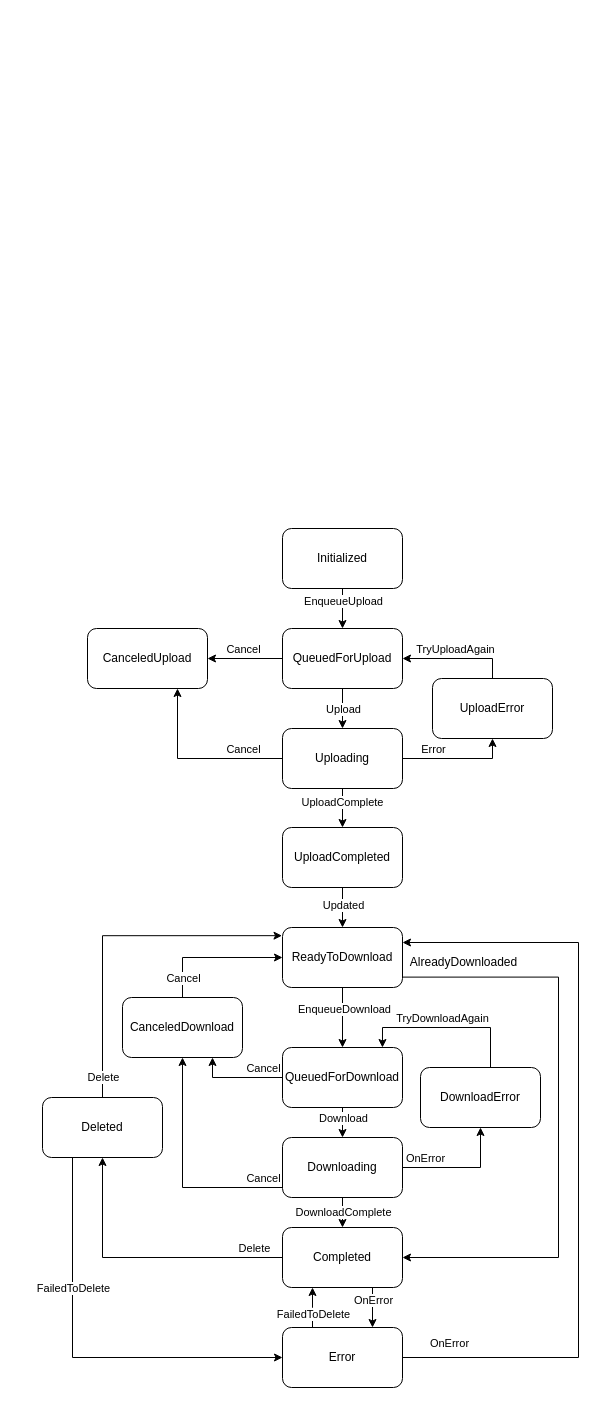
Earlier version of the draw.io diagram FileTransferStates.drawio (loginovao/Diagrams). Source tidied: cells renumbered, new cells numbered last; positions are measured from the earlier drawing's top-left corner, leaving out a move shared by most shapes. Both pictures are drawn from the tidied source at 100%, with x=0, y=0 at pixel (42, 528).
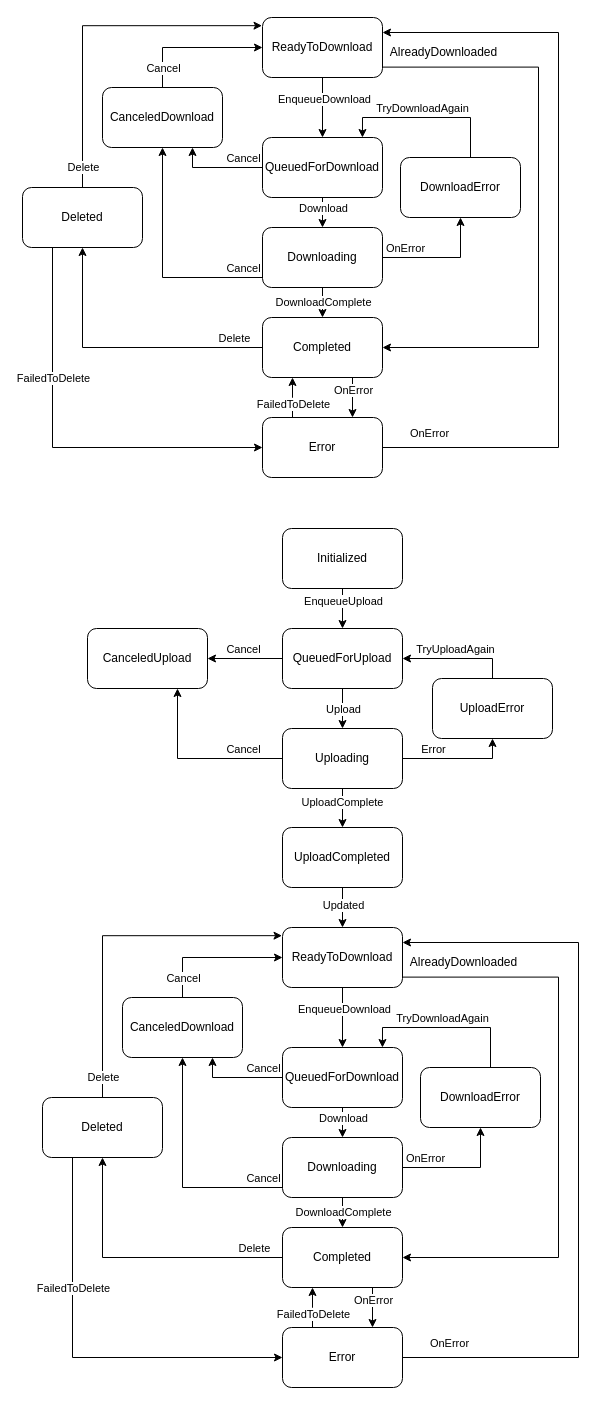
The same diagram, later.

What changed in the source:
```diff
@@
+    <mxCell id="62" parent="0" />
+    <mxCell id="63" style="edgeStyle=orthogonalEdgeStyle;rounded=0;jettySize=auto;html=1;" parent="62" edge="1" source="66" target="71">
+      <mxGeometry relative="1" as="geometry" />
+    </mxCell>
+    <mxCell id="64" value="EnqueueDownload" style="edgeLabel;html=1;align=center;verticalAlign=middle;" parent="63" vertex="1">
+      <mxGeometry x="-0.29" y="1" relative="1" as="geometry" />
+    </mxCell>
+    <mxCell id="65" style="edgeStyle=orthogonalEdgeStyle;rounded=0;jettySize=auto;html=1;exitX=1.001;exitY=0.827;exitDx=0;exitDy=0;entryX=1;entryY=0.5;entryDx=0;entryDy=0;exitPerimeter=0;" parent="62" edge="1" source="66" target="87">
+      <mxGeometry relative="1" as="geometry">
+        <Array as="points">
+          <mxPoint x="496" y="-461" />
+          <mxPoint x="496" y="-181" />
+        </Array>
+      </mxGeometry>
+    </mxCell>
+    <mxCell id="66" value="ReadyToDownload" style="rounded=1;whiteSpace=wrap;html=1;" parent="62" vertex="1">
+      <mxGeometry x="220" y="-511" width="120" height="60" as="geometry" />
+    </mxCell>
+    <mxCell id="67" style="edgeStyle=orthogonalEdgeStyle;rounded=0;jettySize=auto;html=1;" parent="62" edge="1" source="71" target="78">
+      <mxGeometry relative="1" as="geometry" />
+    </mxCell>
+    <mxCell id="68" value="Download" style="edgeLabel;html=1;align=center;verticalAlign=middle;" parent="67" vertex="1">
+      <mxGeometry x="0.27" y="1" relative="1" as="geometry">
+        <mxPoint x="-1" y="-2" as="offset" />
+      </mxGeometry>
+    </mxCell>
+    <mxCell id="69" style="edgeStyle=orthogonalEdgeStyle;rounded=0;jettySize=auto;html=1;exitX=0;exitY=0.5;exitDx=0;exitDy=0;entryX=0.75;entryY=1;entryDx=0;entryDy=0;" parent="62" edge="1" source="71" target="100">
+      <mxGeometry relative="1" as="geometry" />
+    </mxCell>
+    <mxCell id="70" value="Cancel" style="edgeLabel;html=1;align=center;verticalAlign=middle;" parent="69" vertex="1">
+      <mxGeometry x="0.25" y="-1" relative="1" as="geometry">
+        <mxPoint x="36" y="-9" as="offset" />
+      </mxGeometry>
+    </mxCell>
+    <mxCell id="71" value="QueuedForDownload" style="rounded=1;whiteSpace=wrap;html=1;" parent="62" vertex="1">
+      <mxGeometry x="220" y="-391" width="120" height="60" as="geometry" />
+    </mxCell>
+    <mxCell id="72" style="edgeStyle=orthogonalEdgeStyle;rounded=0;jettySize=auto;html=1;" parent="62" edge="1" source="78" target="87">
+      <mxGeometry relative="1" as="geometry" />
+    </mxCell>
+    <mxCell id="73" value="DownloadComplete" style="edgeLabel;html=1;align=center;verticalAlign=middle;" parent="72" vertex="1">
+      <mxGeometry x="0.23" y="1" relative="1" as="geometry">
+        <mxPoint x="-1" y="3" as="offset" />
+      </mxGeometry>
+    </mxCell>
+    <mxCell id="74" style="edgeStyle=orthogonalEdgeStyle;rounded=0;jettySize=auto;html=1;exitX=1;exitY=0.5;exitDx=0;exitDy=0;entryX=0.5;entryY=1;entryDx=0;entryDy=0;" parent="62" edge="1" source="78" target="90">
+      <mxGeometry relative="1" as="geometry" />
+    </mxCell>
+    <mxCell id="75" value="OnError" style="edgeLabel;html=1;align=center;verticalAlign=middle;" parent="74" vertex="1">
+      <mxGeometry x="-0.15" y="1" relative="1" as="geometry">
+        <mxPoint x="-28" y="-9" as="offset" />
+      </mxGeometry>
+    </mxCell>
+    <mxCell id="76" style="edgeStyle=orthogonalEdgeStyle;rounded=0;jettySize=auto;html=1;exitX=0;exitY=0.5;exitDx=0;exitDy=0;entryX=0.5;entryY=1;entryDx=0;entryDy=0;" parent="62" edge="1" source="78" target="100">
+      <mxGeometry relative="1" as="geometry">
+        <Array as="points">
+          <mxPoint x="220" y="-251" />
+          <mxPoint x="120" y="-251" />
+        </Array>
+      </mxGeometry>
+    </mxCell>
+    <mxCell id="77" value="Cancel" style="edgeLabel;html=1;align=center;verticalAlign=middle;" parent="76" vertex="1">
+      <mxGeometry x="-0.31" relative="1" as="geometry">
+        <mxPoint x="46" y="-10" as="offset" />
+      </mxGeometry>
+    </mxCell>
+    <mxCell id="78" value="Downloading" style="rounded=1;whiteSpace=wrap;html=1;" parent="62" vertex="1">
+      <mxGeometry x="220" y="-301" width="120" height="60" as="geometry" />
+    </mxCell>
+    <mxCell id="79" style="edgeStyle=orthogonalEdgeStyle;rounded=0;jettySize=auto;html=1;exitX=0.5;exitY=0;exitDx=0;exitDy=0;entryX=-0.004;entryY=0.136;entryDx=0;entryDy=0;entryPerimeter=0;" parent="62" edge="1" source="97" target="66">
+      <mxGeometry relative="1" as="geometry">
+        <Array as="points">
+          <mxPoint x="40" y="-503" />
+        </Array>
+      </mxGeometry>
+    </mxCell>
+    <mxCell id="80" value="Delete" style="edgeLabel;html=1;align=center;verticalAlign=middle;" parent="79" vertex="1">
+      <mxGeometry x="-0.15" y="2" relative="1" as="geometry">
+        <mxPoint x="2" y="124" as="offset" />
+      </mxGeometry>
+    </mxCell>
+    <mxCell id="81" style="edgeStyle=orthogonalEdgeStyle;rounded=0;jettySize=auto;html=1;exitX=1;exitY=0.5;exitDx=0;exitDy=0;entryX=1;entryY=0.25;entryDx=0;entryDy=0;startArrow=none;startFill=0;endArrow=classic;endFill=1;" parent="62" edge="1" source="94" target="66">
+      <mxGeometry relative="1" as="geometry">
+        <Array as="points">
+          <mxPoint x="516" y="-81" />
+          <mxPoint x="516" y="-496" />
+        </Array>
+      </mxGeometry>
+    </mxCell>
+    <mxCell id="82" value="OnError" style="edgeLabel;html=1;align=center;verticalAlign=middle;" parent="81" vertex="1">
+      <mxGeometry x="-0.9" y="1" relative="1" as="geometry">
+        <mxPoint x="8" y="-14" as="offset" />
+      </mxGeometry>
+    </mxCell>
+    <mxCell id="83" style="edgeStyle=orthogonalEdgeStyle;rounded=0;jettySize=auto;html=1;startArrow=none;startFill=0;endArrow=classic;endFill=1;exitX=0.75;exitY=1;exitDx=0;exitDy=0;entryX=0.75;entryY=0;entryDx=0;entryDy=0;" parent="62" edge="1" source="87" target="94">
+      <mxGeometry relative="1" as="geometry" />
+    </mxCell>
+    <mxCell id="84" value="OnError" style="edgeLabel;html=1;align=center;verticalAlign=middle;" parent="83" vertex="1">
+      <mxGeometry x="-0.42" y="-1" relative="1" as="geometry">
+        <mxPoint x="1" as="offset" />
+      </mxGeometry>
+    </mxCell>
+    <mxCell id="85" style="edgeStyle=orthogonalEdgeStyle;rounded=0;jettySize=auto;html=1;startArrow=none;startFill=0;endArrow=classic;endFill=1;" parent="62" edge="1" source="87" target="97">
+      <mxGeometry relative="1" as="geometry" />
+    </mxCell>
+    <mxCell id="86" value="Delete" style="edgeLabel;html=1;align=center;verticalAlign=middle;" parent="85" vertex="1">
+      <mxGeometry x="-0.28" relative="1" as="geometry">
+        <mxPoint x="72" y="-10" as="offset" />
+      </mxGeometry>
+    </mxCell>
+    <mxCell id="87" value="Completed" style="rounded=1;whiteSpace=wrap;html=1;" parent="62" vertex="1">
+      <mxGeometry x="220" y="-211" width="120" height="60" as="geometry" />
+    </mxCell>
+    <mxCell id="88" style="edgeStyle=orthogonalEdgeStyle;rounded=0;jettySize=auto;html=1;entryX=0.833;entryY=0;entryDx=0;entryDy=0;entryPerimeter=0;exitX=0.5;exitY=0;exitDx=0;exitDy=0;" parent="62" edge="1" source="90" target="71">
+      <mxGeometry relative="1" as="geometry">
+        <Array as="points">
+          <mxPoint x="428" y="-411" />
+          <mxPoint x="320" y="-411" />
+        </Array>
+      </mxGeometry>
+    </mxCell>
+    <mxCell id="89" value="TryDownloadAgain" style="edgeLabel;html=1;align=center;verticalAlign=middle;" parent="88" vertex="1">
+      <mxGeometry x="0.36" y="1" relative="1" as="geometry">
+        <mxPoint x="22" y="-11" as="offset" />
+      </mxGeometry>
+    </mxCell>
+    <mxCell id="90" value="DownloadError" style="rounded=1;whiteSpace=wrap;html=1;" parent="62" vertex="1">
+      <mxGeometry x="358" y="-371" width="120" height="60" as="geometry" />
+    </mxCell>
+    <mxCell id="91" value="AlreadyDownloaded" style="text;html=1;align=center;verticalAlign=middle;strokeColor=none;fillColor=none;" parent="62" vertex="1">
+      <mxGeometry x="336" y="-491" width="130" height="30" as="geometry" />
+    </mxCell>
+    <mxCell id="92" style="edgeStyle=orthogonalEdgeStyle;rounded=0;jettySize=auto;html=1;exitX=0.25;exitY=0;exitDx=0;exitDy=0;entryX=0.25;entryY=1;entryDx=0;entryDy=0;startArrow=none;startFill=0;endArrow=classic;endFill=1;" parent="62" edge="1" source="94" target="87">
+      <mxGeometry relative="1" as="geometry">
+        <Array as="points">
+          <mxPoint x="250" y="-131" />
+          <mxPoint x="250" y="-131" />
+        </Array>
+      </mxGeometry>
+    </mxCell>
+    <mxCell id="93" value="FailedToDelete" style="edgeLabel;html=1;align=center;verticalAlign=middle;" parent="92" vertex="1">
+      <mxGeometry x="-0.31" relative="1" as="geometry" />
+    </mxCell>
+    <mxCell id="94" value="Error" style="rounded=1;whiteSpace=wrap;html=1;" parent="62" vertex="1">
+      <mxGeometry x="220" y="-111" width="120" height="60" as="geometry" />
+    </mxCell>
+    <mxCell id="95" style="edgeStyle=orthogonalEdgeStyle;rounded=0;jettySize=auto;html=1;exitX=0.25;exitY=1;exitDx=0;exitDy=0;entryX=0;entryY=0.5;entryDx=0;entryDy=0;startArrow=none;startFill=0;endArrow=classic;endFill=1;" parent="62" edge="1" source="97" target="94">
+      <mxGeometry relative="1" as="geometry" />
+    </mxCell>
+    <mxCell id="96" value="FailedToDelete" style="edgeLabel;html=1;align=center;verticalAlign=middle;" parent="95" vertex="1">
+      <mxGeometry x="-0.79" y="-1" relative="1" as="geometry">
+        <mxPoint x="1" y="87" as="offset" />
+      </mxGeometry>
+    </mxCell>
+    <mxCell id="97" value="Deleted" style="rounded=1;whiteSpace=wrap;html=1;" parent="62" vertex="1">
+      <mxGeometry x="-20" y="-341" width="120" height="60" as="geometry" />
+    </mxCell>
+    <mxCell id="98" style="edgeStyle=orthogonalEdgeStyle;rounded=0;jettySize=auto;html=1;exitX=0.5;exitY=0;exitDx=0;exitDy=0;entryX=0;entryY=0.5;entryDx=0;entryDy=0;startArrow=none;startFill=0;endArrow=classic;endFill=1;" parent="62" edge="1" source="100" target="66">
+      <mxGeometry relative="1" as="geometry" />
+    </mxCell>
+    <mxCell id="99" value="Cancel" style="edgeLabel;html=1;align=center;verticalAlign=middle;" parent="98" vertex="1">
+      <mxGeometry x="-0.18" y="1" relative="1" as="geometry">
+        <mxPoint x="-17" y="21" as="offset" />
+      </mxGeometry>
+    </mxCell>
+    <mxCell id="100" value="CanceledDownload" style="rounded=1;whiteSpace=wrap;html=1;" parent="62" vertex="1">
+      <mxGeometry x="60" y="-441" width="120" height="60" as="geometry" />
+    </mxCell>
```
